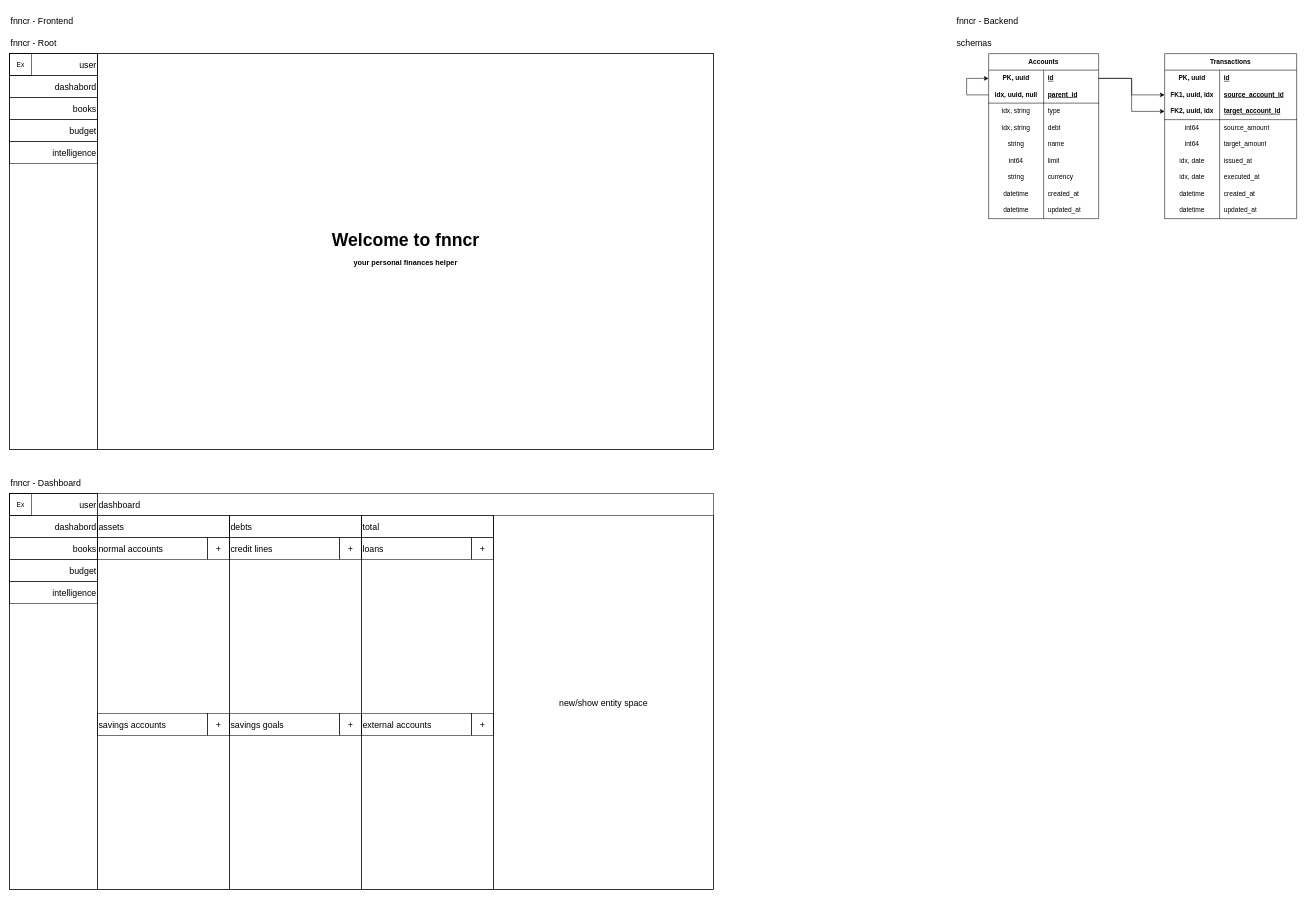
NordGus/fnncr keeps this draw.io diagram as docs/fnncr.drawio. Above is the earlier version. Source tidied: cells renumbered, new cells numbered last; positions are measured from the earlier drawing's top-left corner, leaving out a move shared by most shapes. Both pictures are drawn from the tidied source at 55%, with x=0, y=0 at pixel (9, 9).
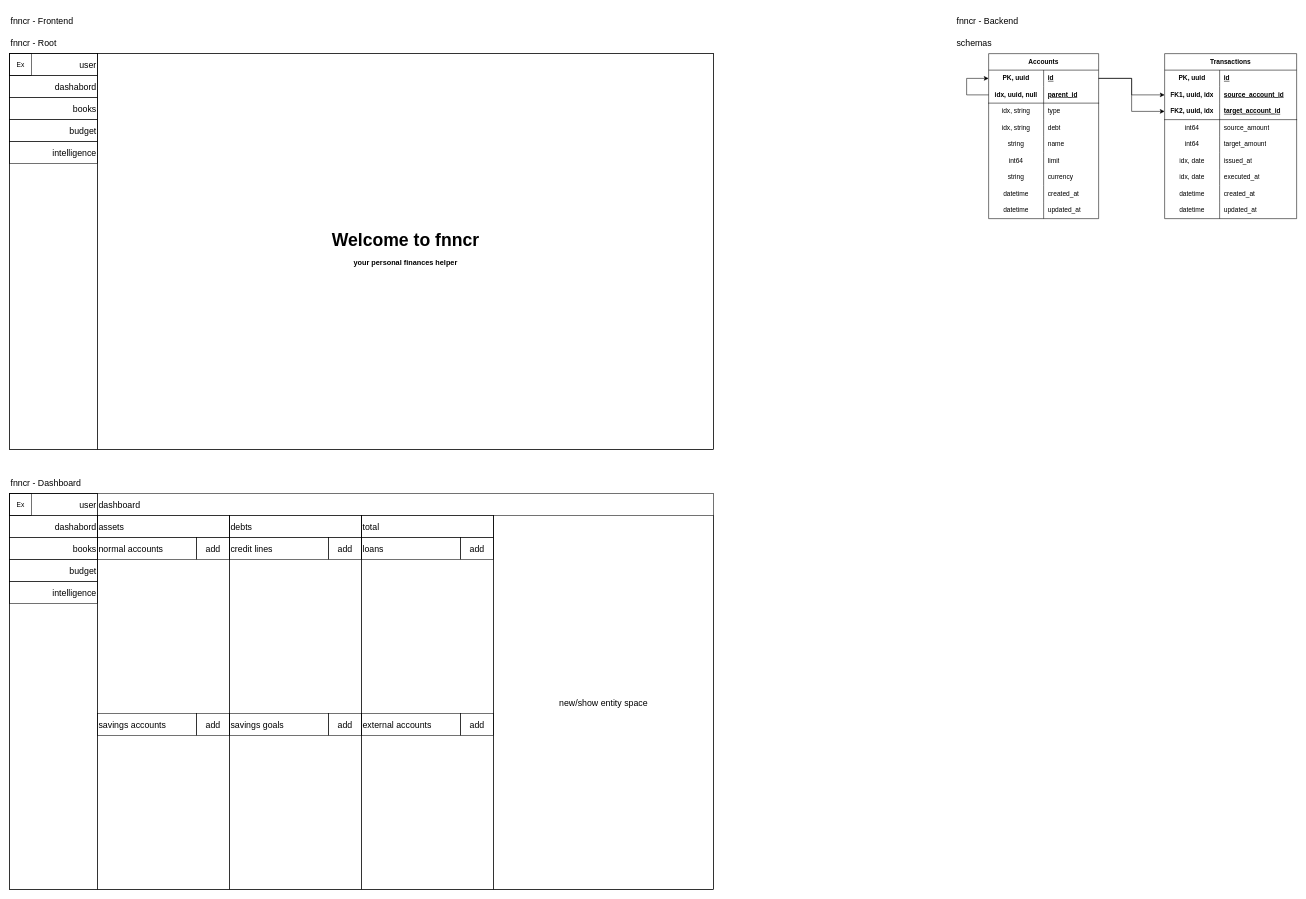
The same page after the edit.

Commit message (it also covers changes not shown here):
adding add buttons to dashboard

Change to the diagram source:
```diff
@@
     <mxCell id="17" value="&lt;div style=&quot;text-align: justify;&quot;&gt;normal accounts&lt;/div&gt;" style="text;html=1;strokeColor=default;fillColor=none;align=left;verticalAlign=middle;whiteSpace=wrap;rounded=0;fontSize=16;" parent="1" vertex="1">
-      <mxGeometry x="160" y="960" width="200" height="40" as="geometry" />
+      <mxGeometry x="160" y="960" width="180" height="40" as="geometry" />
     </mxCell>
     <mxCell id="18" value="&lt;div style=&quot;text-align: justify;&quot;&gt;&lt;span style=&quot;background-color: initial;&quot;&gt;credit lines&lt;/span&gt;&lt;/div&gt;" style="text;html=1;strokeColor=default;fillColor=none;align=left;verticalAlign=middle;whiteSpace=wrap;rounded=0;fontSize=16;" parent="1" vertex="1">
-      <mxGeometry x="400" y="960" width="200" height="40" as="geometry" />
+      <mxGeometry x="400" y="960" width="180" height="40" as="geometry" />
     </mxCell>
     <mxCell id="19" value="&lt;div style=&quot;text-align: justify;&quot;&gt;&lt;span style=&quot;background-color: initial;&quot;&gt;savings goals&lt;/span&gt;&lt;/div&gt;" style="text;html=1;strokeColor=default;fillColor=none;align=left;verticalAlign=middle;whiteSpace=wrap;rounded=0;fontSize=16;" parent="1" vertex="1">
-      <mxGeometry x="400" y="1280" width="200" height="40" as="geometry" />
+      <mxGeometry x="400" y="1280" width="180" height="40" as="geometry" />
     </mxCell>
     <mxCell id="20" value="&lt;div style=&quot;text-align: justify;&quot;&gt;&lt;span style=&quot;background-color: initial;&quot;&gt;external accounts&lt;/span&gt;&lt;/div&gt;" style="text;html=1;strokeColor=default;fillColor=none;align=left;verticalAlign=middle;whiteSpace=wrap;rounded=0;fontSize=16;" parent="1" vertex="1">
-      <mxGeometry x="640" y="1280" width="200" height="40" as="geometry" />
+      <mxGeometry x="640" y="1280" width="180" height="40" as="geometry" />
     </mxCell>
@@
     <mxCell id="81" value="&lt;div style=&quot;text-align: justify;&quot;&gt;&lt;span style=&quot;background-color: initial;&quot;&gt;savings accounts&lt;/span&gt;&lt;/div&gt;" style="text;html=1;strokeColor=default;fillColor=none;align=left;verticalAlign=middle;whiteSpace=wrap;rounded=0;fontSize=16;" parent="1" vertex="1">
-      <mxGeometry x="160" y="1280" width="200" height="40" as="geometry" />
+      <mxGeometry x="160" y="1280" width="180" height="40" as="geometry" />
     </mxCell>
     <mxCell id="82" value="&lt;div style=&quot;text-align: justify;&quot;&gt;&lt;span style=&quot;background-color: initial;&quot;&gt;loans&lt;/span&gt;&lt;/div&gt;" style="text;html=1;strokeColor=default;fillColor=none;align=left;verticalAlign=middle;whiteSpace=wrap;rounded=0;fontSize=16;" parent="1" vertex="1">
-      <mxGeometry x="640" y="960" width="200" height="40" as="geometry" />
+      <mxGeometry x="640" y="960" width="180" height="40" as="geometry" />
     </mxCell>
@@
-    <mxCell id="100" value="&lt;div style=&quot;&quot;&gt;+&lt;/div&gt;" style="text;html=1;strokeColor=default;fillColor=none;align=center;verticalAlign=middle;whiteSpace=wrap;rounded=0;fontSize=16;" parent="1" vertex="1">
-      <mxGeometry x="360" y="960" width="40" height="40" as="geometry" />
+    <mxCell id="100" value="&lt;div style=&quot;&quot;&gt;add&lt;/div&gt;" style="text;html=1;strokeColor=default;fillColor=none;align=center;verticalAlign=middle;whiteSpace=wrap;rounded=0;fontSize=16;" parent="1" vertex="1">
+      <mxGeometry x="340" y="960" width="60" height="40" as="geometry" />
     </mxCell>
-    <mxCell id="101" value="&lt;div style=&quot;&quot;&gt;+&lt;/div&gt;" style="text;html=1;strokeColor=default;fillColor=none;align=center;verticalAlign=middle;whiteSpace=wrap;rounded=0;fontSize=16;" parent="1" vertex="1">
-      <mxGeometry x="600" y="960" width="40" height="40" as="geometry" />
+    <mxCell id="101" value="&lt;div style=&quot;&quot;&gt;add&lt;/div&gt;" style="text;html=1;strokeColor=default;fillColor=none;align=center;verticalAlign=middle;whiteSpace=wrap;rounded=0;fontSize=16;" parent="1" vertex="1">
+      <mxGeometry x="580" y="960" width="60" height="40" as="geometry" />
     </mxCell>
-    <mxCell id="102" value="&lt;div style=&quot;&quot;&gt;+&lt;/div&gt;" style="text;html=1;strokeColor=default;fillColor=none;align=center;verticalAlign=middle;whiteSpace=wrap;rounded=0;fontSize=16;" parent="1" vertex="1">
-      <mxGeometry x="840" y="960" width="40" height="40" as="geometry" />
+    <mxCell id="102" value="&lt;div style=&quot;&quot;&gt;add&lt;/div&gt;" style="text;html=1;strokeColor=default;fillColor=none;align=center;verticalAlign=middle;whiteSpace=wrap;rounded=0;fontSize=16;" parent="1" vertex="1">
+      <mxGeometry x="820" y="960" width="60" height="40" as="geometry" />
     </mxCell>
-    <mxCell id="103" value="&lt;div style=&quot;&quot;&gt;+&lt;/div&gt;" style="text;html=1;strokeColor=default;fillColor=none;align=center;verticalAlign=middle;whiteSpace=wrap;rounded=0;fontSize=16;" parent="1" vertex="1">
-      <mxGeometry x="360" y="1280" width="40" height="40" as="geometry" />
+    <mxCell id="103" value="&lt;div style=&quot;&quot;&gt;add&lt;/div&gt;" style="text;html=1;strokeColor=default;fillColor=none;align=center;verticalAlign=middle;whiteSpace=wrap;rounded=0;fontSize=16;" parent="1" vertex="1">
+      <mxGeometry x="340" y="1280" width="60" height="40" as="geometry" />
     </mxCell>
-    <mxCell id="104" value="&lt;div style=&quot;&quot;&gt;+&lt;/div&gt;" style="text;html=1;strokeColor=default;fillColor=none;align=center;verticalAlign=middle;whiteSpace=wrap;rounded=0;fontSize=16;" parent="1" vertex="1">
-      <mxGeometry x="600" y="1280" width="40" height="40" as="geometry" />
+    <mxCell id="104" value="&lt;div style=&quot;&quot;&gt;add&lt;/div&gt;" style="text;html=1;strokeColor=default;fillColor=none;align=center;verticalAlign=middle;whiteSpace=wrap;rounded=0;fontSize=16;" parent="1" vertex="1">
+      <mxGeometry x="580" y="1280" width="60" height="40" as="geometry" />
     </mxCell>
-    <mxCell id="105" value="&lt;div style=&quot;&quot;&gt;+&lt;/div&gt;" style="text;html=1;strokeColor=default;fillColor=none;align=center;verticalAlign=middle;whiteSpace=wrap;rounded=0;fontSize=16;" parent="1" vertex="1">
-      <mxGeometry x="840" y="1280" width="40" height="40" as="geometry" />
+    <mxCell id="105" value="&lt;div style=&quot;&quot;&gt;add&lt;/div&gt;" style="text;html=1;strokeColor=default;fillColor=none;align=center;verticalAlign=middle;whiteSpace=wrap;rounded=0;fontSize=16;" parent="1" vertex="1">
+      <mxGeometry x="820" y="1280" width="60" height="40" as="geometry" />
     </mxCell>
```
